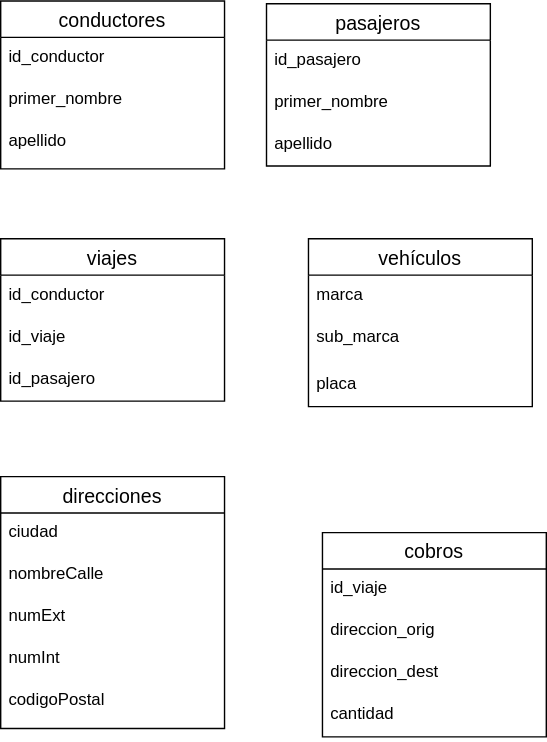
This is Actividad Normalización/Diagrama.drawio.svg from GPS19/Base_de_Datos, a draw.io export, as it was before one commit. Source tidied: cells renumbered, new cells last; positions are measured from the earlier drawing's top-left corner, leaving out a move shared by most shapes.
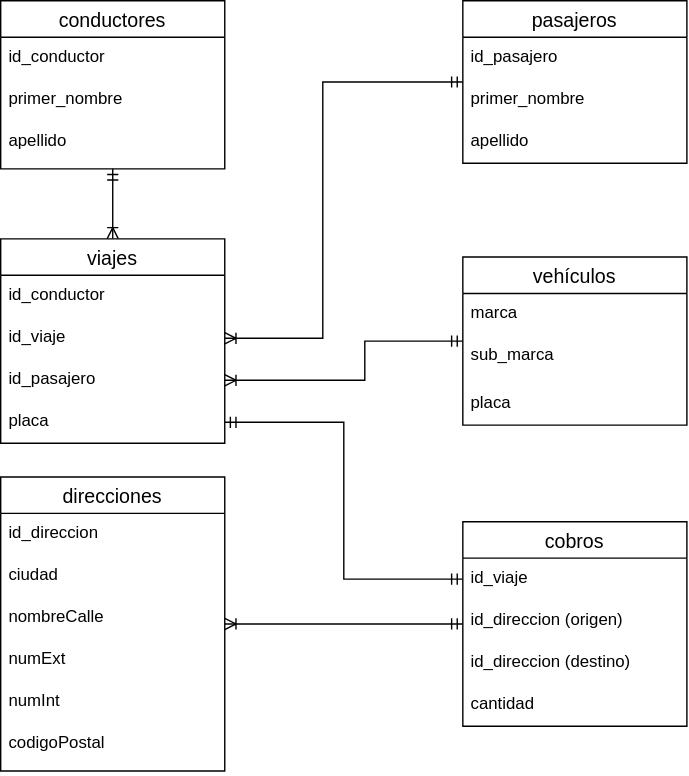
The same diagram one commit later.

Commit message:
Diagrama acabado

What changed in the source:
```diff
@@ -14,8 +14,16 @@
     <mxCell id="5" value="apellido" style="text;strokeColor=none;fillColor=none;spacingLeft=4;spacingRight=4;overflow=hidden;fontSize=12;" parent="2" vertex="1">
       <mxGeometry y="86" width="160" height="34" as="geometry" />
     </mxCell>
+    <mxCell id="29" style="edgeStyle=orthogonalEdgeStyle;rounded=0;jettySize=auto;html=1;entryX=1;entryY=0.5;entryDx=0;entryDy=0;startArrow=ERmandOne;startFill=0;endArrow=ERoneToMany;endFill=0;" parent="1" edge="1" source="6" target="22">
+      <mxGeometry relative="1" as="geometry">
+        <Array as="points">
+          <mxPoint x="230" y="58" />
+          <mxPoint x="230" y="241" />
+        </Array>
+      </mxGeometry>
+    </mxCell>
     <mxCell id="6" value="pasajeros" style="swimlane;fontStyle=0;horizontal=1;startSize=26;align=center;fontSize=14;" parent="1" vertex="1">
-      <mxGeometry x="190" y="2" width="160" height="116" as="geometry" />
+      <mxGeometry x="330" width="160" height="116" as="geometry" />
     </mxCell>
     <mxCell id="7" value="id_pasajero" style="text;strokeColor=none;fillColor=none;spacingLeft=4;spacingRight=4;overflow=hidden;fontSize=12;" parent="6" vertex="1">
       <mxGeometry y="26" width="160" height="30" as="geometry" />
@@ -26,26 +34,32 @@
     <mxCell id="9" value="apellido" style="text;strokeColor=none;fillColor=none;spacingLeft=4;spacingRight=4;overflow=hidden;fontSize=12;" parent="6" vertex="1">
       <mxGeometry y="86" width="160" height="30" as="geometry" />
     </mxCell>
+    <mxCell id="30" style="edgeStyle=orthogonalEdgeStyle;rounded=0;jettySize=auto;html=1;startArrow=ERoneToMany;startFill=0;endArrow=ERmandOne;endFill=0;" parent="1" edge="1" source="10" target="24">
+      <mxGeometry relative="1" as="geometry" />
+    </mxCell>
     <mxCell id="10" value="direcciones" style="swimlane;fontStyle=0;horizontal=1;startSize=26;align=center;fontSize=14;" parent="1" vertex="1">
-      <mxGeometry y="340" width="160" height="180" as="geometry" />
+      <mxGeometry y="340" width="160" height="210" as="geometry" />
     </mxCell>
+    <mxCell id="31" value="id_direccion" style="text;strokeColor=none;fillColor=none;spacingLeft=4;spacingRight=4;overflow=hidden;fontSize=12;" parent="10" vertex="1">
+      <mxGeometry y="26" width="160" height="30" as="geometry" />
+    </mxCell>
     <mxCell id="11" value="ciudad" style="text;strokeColor=none;fillColor=none;spacingLeft=4;spacingRight=4;overflow=hidden;fontSize=12;" parent="10" vertex="1">
-      <mxGeometry y="26" width="160" height="30" as="geometry" />
+      <mxGeometry y="56" width="160" height="30" as="geometry" />
     </mxCell>
     <mxCell id="12" value="nombreCalle" style="text;strokeColor=none;fillColor=none;spacingLeft=4;spacingRight=4;overflow=hidden;fontSize=12;" parent="10" vertex="1">
-      <mxGeometry y="56" width="160" height="30" as="geometry" />
+      <mxGeometry y="86" width="160" height="30" as="geometry" />
     </mxCell>
     <mxCell id="13" value="numExt" style="text;strokeColor=none;fillColor=none;spacingLeft=4;spacingRight=4;overflow=hidden;fontSize=12;" parent="10" vertex="1">
-      <mxGeometry y="86" width="160" height="30" as="geometry" />
+      <mxGeometry y="116" width="160" height="30" as="geometry" />
     </mxCell>
     <mxCell id="14" value="numInt" style="text;strokeColor=none;fillColor=none;spacingLeft=4;spacingRight=4;overflow=hidden;fontSize=12;" parent="10" vertex="1">
-      <mxGeometry y="116" width="160" height="30" as="geometry" />
+      <mxGeometry y="146" width="160" height="30" as="geometry" />
     </mxCell>
     <mxCell id="15" value="codigoPostal" style="text;strokeColor=none;fillColor=none;spacingLeft=4;spacingRight=4;overflow=hidden;fontSize=12;" parent="10" vertex="1">
-      <mxGeometry y="146" width="160" height="34" as="geometry" />
+      <mxGeometry y="176" width="160" height="34" as="geometry" />
     </mxCell>
     <mxCell id="16" value="vehículos" style="swimlane;fontStyle=0;horizontal=1;startSize=26;align=center;fontSize=14;" parent="1" vertex="1">
-      <mxGeometry x="220" y="170" width="160" height="120" as="geometry" />
+      <mxGeometry x="330" y="183" width="160" height="120" as="geometry" />
     </mxCell>
     <mxCell id="17" value="marca" style="text;strokeColor=none;fillColor=none;spacingLeft=4;spacingRight=4;overflow=hidden;fontSize=12;" parent="16" vertex="1">
       <mxGeometry y="26" width="160" height="30" as="geometry" />
@@ -56,8 +70,11 @@
     <mxCell id="19" value="placa" style="text;strokeColor=none;fillColor=none;spacingLeft=4;spacingRight=4;overflow=hidden;fontSize=12;" parent="16" vertex="1">
       <mxGeometry y="90" width="160" height="30" as="geometry" />
     </mxCell>
+    <mxCell id="32" style="edgeStyle=orthogonalEdgeStyle;rounded=0;jettySize=auto;html=1;endArrow=ERmandOne;endFill=0;startArrow=ERoneToMany;startFill=0;" parent="1" edge="1" source="20" target="2">
+      <mxGeometry relative="1" as="geometry" />
+    </mxCell>
     <mxCell id="20" value="viajes" style="swimlane;fontStyle=0;horizontal=1;startSize=26;align=center;fontSize=14;" parent="1" vertex="1">
-      <mxGeometry y="170" width="160" height="116" as="geometry" />
+      <mxGeometry y="170" width="160" height="146" as="geometry" />
     </mxCell>
     <mxCell id="21" value="id_conductor" style="text;strokeColor=none;fillColor=none;spacingLeft=4;spacingRight=4;overflow=hidden;fontSize=12;" parent="20" vertex="1">
       <mxGeometry y="26" width="160" height="30" as="geometry" />
@@ -65,23 +82,37 @@
     <mxCell id="22" value="id_viaje" style="text;strokeColor=none;fillColor=none;spacingLeft=4;spacingRight=4;overflow=hidden;points=[[0,0.5],[1,0.5]];portConstraint=eastwest;fontSize=12;" parent="20" vertex="1">
       <mxGeometry y="56" width="160" height="30" as="geometry" />
     </mxCell>
+    <mxCell id="33" value="id_pasajero" style="text;strokeColor=none;fillColor=none;spacingLeft=4;spacingRight=4;overflow=hidden;points=[[0,0.5],[1,0.5]];portConstraint=eastwest;fontSize=12;" parent="20" vertex="1">
+      <mxGeometry y="86" width="160" height="30" as="geometry" />
+    </mxCell>
-    <mxCell id="23" value="id_pasajero" style="text;strokeColor=none;fillColor=none;spacingLeft=4;spacingRight=4;overflow=hidden;points=[[0,0.5],[1,0.5]];portConstraint=eastwest;fontSize=12;" parent="20" vertex="1">
-      <mxGeometry y="86" width="160" height="30" as="geometry" />
+    <mxCell id="23" value="placa" style="text;strokeColor=none;fillColor=none;spacingLeft=4;spacingRight=4;overflow=hidden;points=[[0,0.5],[1,0.5]];portConstraint=eastwest;fontSize=12;" parent="20" vertex="1">
+      <mxGeometry y="116" width="160" height="30" as="geometry" />
     </mxCell>
     <mxCell id="24" value="cobros" style="swimlane;fontStyle=0;horizontal=1;startSize=26;align=center;fontSize=14;" parent="1" vertex="1">
-      <mxGeometry x="230" y="380" width="160" height="146" as="geometry" />
+      <mxGeometry x="330" y="372" width="160" height="146" as="geometry" />
     </mxCell>
     <mxCell id="25" value="id_viaje" style="text;strokeColor=none;fillColor=none;spacingLeft=4;spacingRight=4;overflow=hidden;points=[[0,0.5],[1,0.5]];portConstraint=eastwest;fontSize=12;" parent="24" vertex="1">
       <mxGeometry y="26" width="160" height="30" as="geometry" />
     </mxCell>
-    <mxCell id="26" value="direccion_orig" style="text;strokeColor=none;fillColor=none;spacingLeft=4;spacingRight=4;overflow=hidden;fontSize=12;" parent="24" vertex="1">
+    <mxCell id="26" value="id_direccion (origen)" style="text;strokeColor=none;fillColor=none;spacingLeft=4;spacingRight=4;overflow=hidden;fontSize=12;" parent="24" vertex="1">
       <mxGeometry y="56" width="160" height="30" as="geometry" />
     </mxCell>
-    <mxCell id="27" value="direccion_dest" style="text;strokeColor=none;fillColor=none;spacingLeft=4;spacingRight=4;overflow=hidden;fontSize=12;" parent="24" vertex="1">
+    <mxCell id="27" value="id_direccion (destino)" style="text;strokeColor=none;fillColor=none;spacingLeft=4;spacingRight=4;overflow=hidden;fontSize=12;" parent="24" vertex="1">
       <mxGeometry y="86" width="160" height="30" as="geometry" />
     </mxCell>
     <mxCell id="28" value="cantidad" style="text;strokeColor=none;fillColor=none;spacingLeft=4;spacingRight=4;overflow=hidden;fontSize=12;" parent="24" vertex="1">
       <mxGeometry y="116" width="160" height="30" as="geometry" />
     </mxCell>
+    <mxCell id="34" style="edgeStyle=orthogonalEdgeStyle;rounded=0;jettySize=auto;html=1;exitX=1;exitY=0.5;exitDx=0;exitDy=0;startArrow=ERoneToMany;startFill=0;endArrow=ERmandOne;endFill=0;" parent="1" edge="1" source="33" target="16">
+      <mxGeometry relative="1" as="geometry">
+        <Array as="points">
+          <mxPoint x="260" y="271" />
+          <mxPoint x="260" y="243" />
+        </Array>
+      </mxGeometry>
+    </mxCell>
+    <mxCell id="35" style="edgeStyle=orthogonalEdgeStyle;rounded=0;jettySize=auto;html=1;startArrow=ERmandOne;startFill=0;endArrow=ERmandOne;endFill=0;" parent="1" edge="1" source="23" target="25">
+      <mxGeometry relative="1" as="geometry" />
+    </mxCell>
   </root>
 </mxGraphModel>
```
